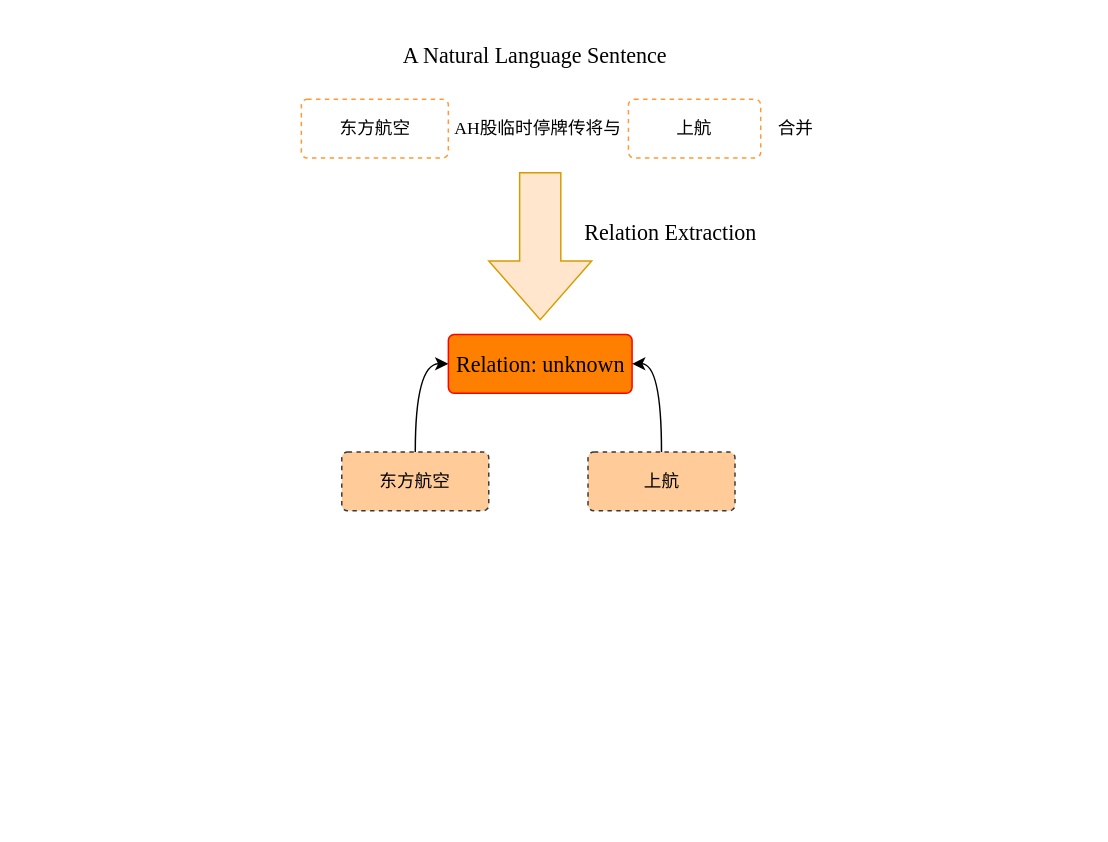
Earlier version of the draw.io diagram 未命名绘图.drawio (SkyuForever/CRE-LLM). Source tidied: cells renumbered, new cells numbered last; positions are measured from the earlier drawing's top-left corner, leaving out a move shared by most shapes. Both pictures are drawn from the tidied source at 147%, with x=0, y=0 at pixel (301, 25).
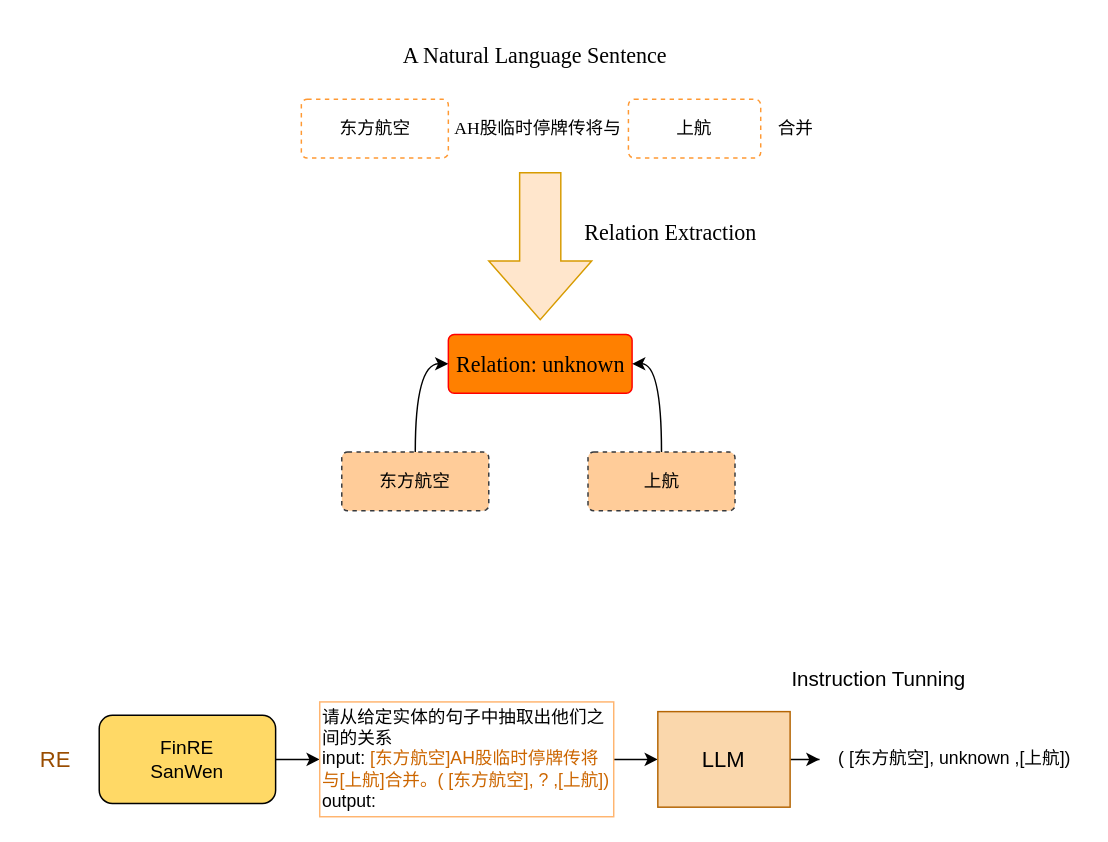
After the change.

Commit message:
更新未命名绘图.drawio

What changed in the source:
```diff
@@
+    <mxCell id="14" style="edgeStyle=orthogonalEdgeStyle;rounded=0;jettySize=auto;html=1;" parent="1" edge="1" source="15" target="18">
+      <mxGeometry relative="1" as="geometry" />
+    </mxCell>
+    <mxCell id="15" value="&lt;font style=&quot;font-size: 13px;&quot;&gt;FinRE&lt;br&gt;SanWen&lt;/font&gt;" style="rounded=1;whiteSpace=wrap;html=1;fillColor=#FFD966;gradientColor=none;" parent="1" vertex="1">
+      <mxGeometry x="-138" y="469.1" width="120" height="60" as="geometry" />
+    </mxCell>
+    <mxCell id="16" value="&lt;font style=&quot;font-size: 15px;&quot;&gt;RE&lt;/font&gt;" style="text;html=1;align=center;verticalAlign=middle;strokeColor=none;fillColor=none;fontColor=#994C00;" parent="1" vertex="1">
+      <mxGeometry x="-188" y="484.1" width="40" height="30" as="geometry" />
+    </mxCell>
+    <mxCell id="17" style="edgeStyle=orthogonalEdgeStyle;rounded=0;jettySize=auto;html=1;" parent="1" edge="1" source="18" target="20">
+      <mxGeometry relative="1" as="geometry" />
+    </mxCell>
+    <mxCell id="18" value="请从给定实体的句子中抽取出他们之间的关系&lt;br&gt;input: &lt;font color=&quot;#cc6600&quot;&gt;[东方航空]AH股临时停牌传将与[上航]合并。(&amp;nbsp;[东方航空], ? ,[上航])&lt;/font&gt;&lt;br&gt;output:&amp;nbsp;" style="whiteSpace=wrap;html=1;align=left;strokeColor=#FFB570;" parent="1" vertex="1">
+      <mxGeometry x="12" y="460" width="200" height="78.1" as="geometry" />
+    </mxCell>
+    <mxCell id="19" style="edgeStyle=orthogonalEdgeStyle;rounded=0;jettySize=auto;html=1;" parent="1" edge="1" source="20" target="21">
+      <mxGeometry relative="1" as="geometry" />
+    </mxCell>
+    <mxCell id="20" value="&lt;font style=&quot;font-size: 15px;&quot;&gt;LLM&lt;/font&gt;" style="rounded=0;whiteSpace=wrap;html=1;fillColor=#fad7ac;strokeColor=#b46504;" parent="1" vertex="1">
+      <mxGeometry x="242" y="466.6" width="90" height="65" as="geometry" />
+    </mxCell>
+    <mxCell id="21" value="&amp;nbsp;(&amp;nbsp;[东方航空], unknown ,[上航])" style="text;html=1;align=center;verticalAlign=middle;points=[];strokeColor=none;fillColor=none;" parent="1" vertex="1">
+      <mxGeometry x="352" y="484.1" width="180" height="30" as="geometry" />
+    </mxCell>
+    <mxCell id="22" value="&lt;font style=&quot;font-size: 14px;&quot;&gt;Instruction Tunning&lt;/font&gt;" style="text;html=1;align=center;verticalAlign=middle;strokeColor=none;fillColor=none;" parent="1" vertex="1">
+      <mxGeometry x="322" y="430" width="140" height="30" as="geometry" />
+    </mxCell>
```
